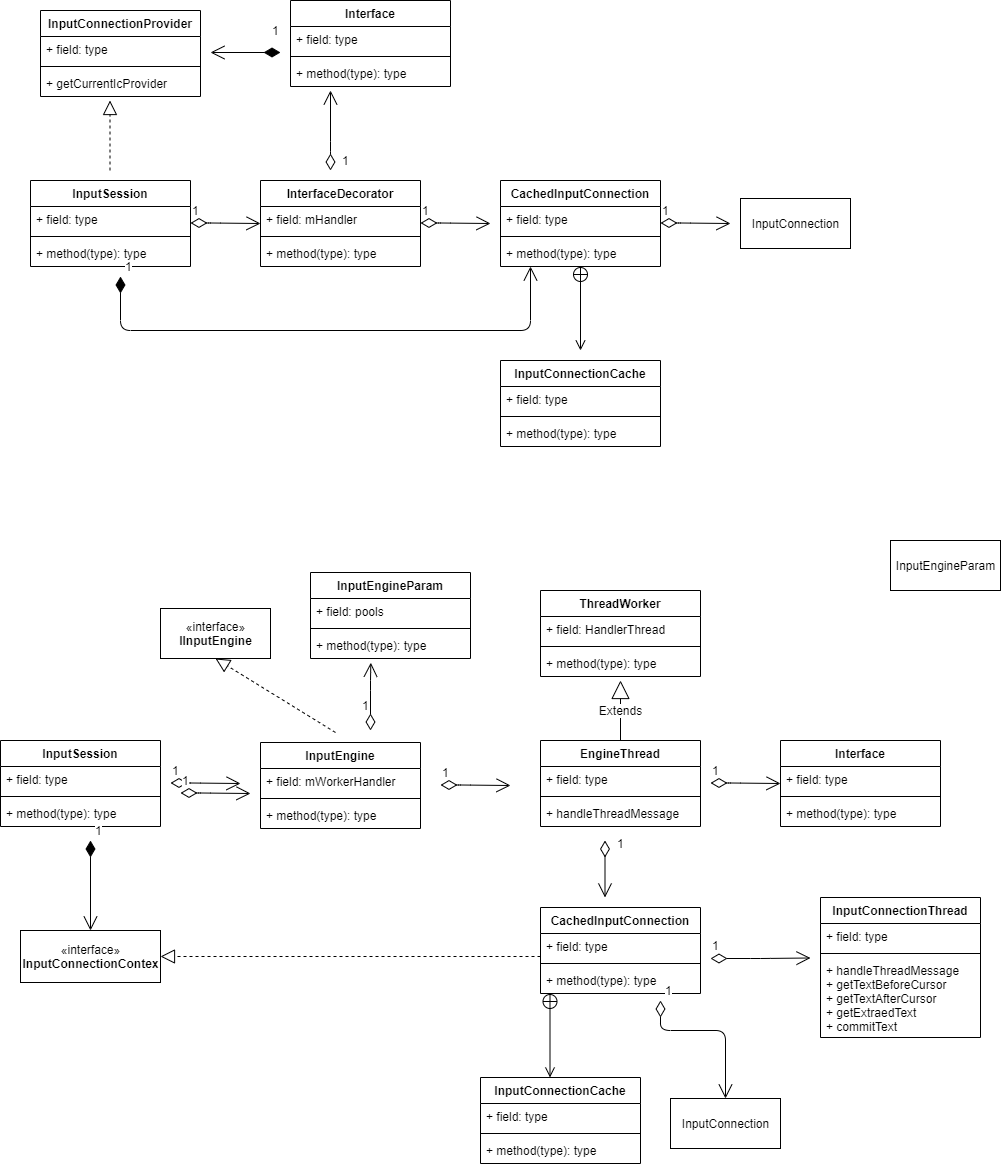
Above: input/foreign-input-improve.png in chonglv/charts (draw.io), before the change. Source tidied: cells renumbered, new cells last; positions are measured from the earlier drawing's top-left corner, leaving out a move shared by most shapes.
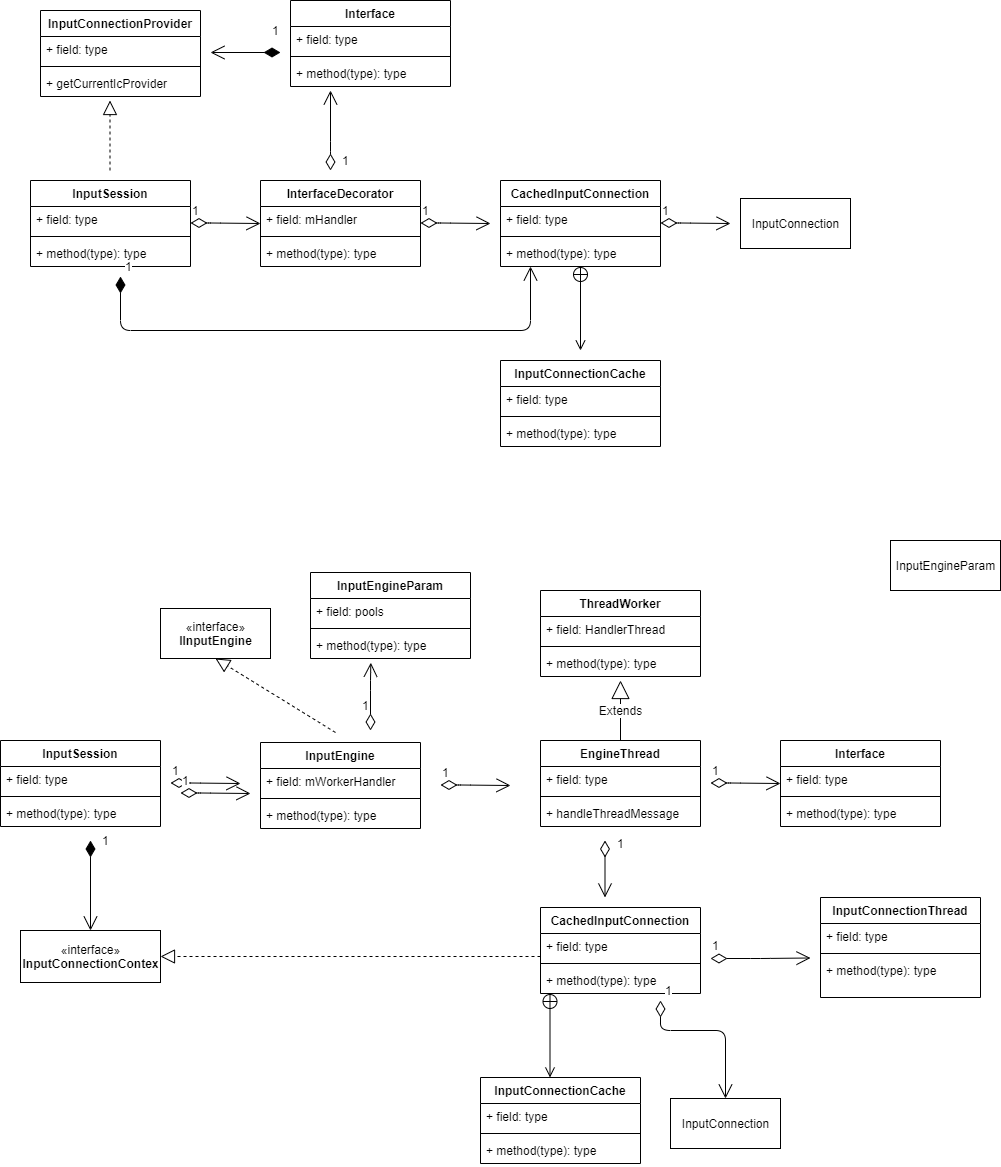
Later version of the same file.

Diff of the diagram source:
```diff
@@ -223,7 +223,7 @@
       </mxGeometry>
     </mxCell>
     <mxCell id="60" value="InputConnectionThread" style="swimlane;fontStyle=1;align=center;verticalAlign=top;horizontal=1;startSize=26;" parent="1" vertex="1">
-      <mxGeometry x="820" y="897" width="160" height="140" as="geometry" />
+      <mxGeometry x="820" y="897" width="160" height="100" as="geometry" />
     </mxCell>
     <mxCell id="61" value="+ field: type" style="text;strokeColor=none;fillColor=none;align=left;verticalAlign=top;spacingLeft=4;spacingRight=4;overflow=hidden;" parent="60" vertex="1">
       <mxGeometry y="26" width="160" height="26" as="geometry" />
@@ -231,8 +231,8 @@
     <mxCell id="62" style="line;strokeWidth=1;fillColor=none;align=left;verticalAlign=middle;spacingTop=-1;spacingLeft=3;spacingRight=3;labelPosition=right;" parent="60" vertex="1">
       <mxGeometry y="52" width="160" height="8" as="geometry" />
     </mxCell>
-    <mxCell id="63" value="+ handleThreadMessage&#10;+ getTextBeforeCursor&#10;+ getTextAfterCursor&#10;+ getExtraedText&#10;+ commitText" style="text;strokeColor=none;fillColor=none;align=left;verticalAlign=top;spacingLeft=4;spacingRight=4;overflow=hidden;" parent="60" vertex="1">
-      <mxGeometry y="60" width="160" height="80" as="geometry" />
+    <mxCell id="63" value="+ method(type): type" style="text;strokeColor=none;fillColor=none;align=left;verticalAlign=top;spacingLeft=4;spacingRight=4;overflow=hidden;" parent="60" vertex="1">
+      <mxGeometry y="60" width="160" height="40" as="geometry" />
     </mxCell>
     <mxCell id="64" value="1" style="endArrow=open;html=1;endSize=12;startArrow=diamondThin;startSize=14;startFill=0;edgeStyle=orthogonalEdgeStyle;align=left;verticalAlign=bottom;" parent="1" edge="1">
       <mxGeometry x="-1" y="3" relative="1" as="geometry">
@@ -318,7 +318,7 @@
       <mxGeometry x="20" y="930" width="140" height="52" as="geometry" />
     </mxCell>
     <mxCell id="78" value="1" style="endArrow=open;html=1;endSize=12;startArrow=diamondThin;startSize=14;startFill=1;edgeStyle=orthogonalEdgeStyle;align=left;verticalAlign=bottom;entryX=0.5;entryY=0;entryDx=0;entryDy=0;" parent="1" edge="1" target="77">
-      <mxGeometry x="-1" y="3" relative="1" as="geometry">
+      <mxGeometry x="-0.78" y="10" relative="1" as="geometry">
         <mxPoint x="90" y="840" as="sourcePoint" />
       </mxGeometry>
     </mxCell>
```
